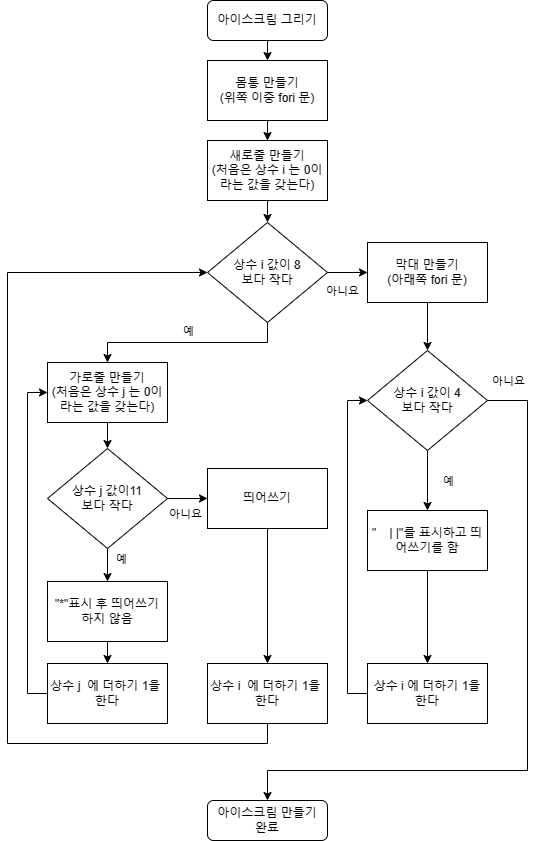
Above: Icecream.png in minsik321/basic-starter1 (draw.io), before the change. Source tidied: cells renumbered, new cells last; positions are measured from the earlier drawing's top-left corner, leaving out a move shared by most shapes.
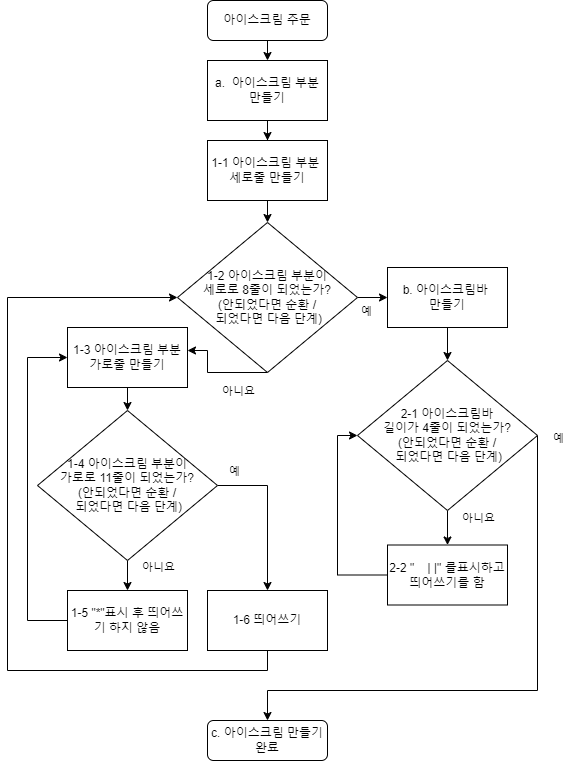
Later version of the same file.

What changed in the source:
```diff
@@ -5,7 +5,7 @@
     <mxCell id="2" style="edgeStyle=orthogonalEdgeStyle;rounded=0;jettySize=auto;html=1;exitX=0.5;exitY=1;exitDx=0;exitDy=0;entryX=0.5;entryY=0;entryDx=0;entryDy=0;" parent="1" edge="1" source="3" target="8">
       <mxGeometry relative="1" as="geometry" />
     </mxCell>
-    <mxCell id="3" value="아이스크림 그리기" style="rounded=1;whiteSpace=wrap;html=1;fontSize=12;glass=0;strokeWidth=1;shadow=0;" parent="1" vertex="1">
+    <mxCell id="3" value="아이스크림 주문" style="rounded=1;whiteSpace=wrap;html=1;fontSize=12;glass=0;strokeWidth=1;shadow=0;" parent="1" vertex="1">
       <mxGeometry x="200" width="120" height="40" as="geometry" />
     </mxCell>
     <mxCell id="4" style="edgeStyle=orthogonalEdgeStyle;rounded=0;jettySize=auto;html=1;exitX=0.5;exitY=1;exitDx=0;exitDy=0;entryX=0.5;entryY=0;entryDx=0;entryDy=0;" parent="1" edge="1" source="6" target="13">
@@ -16,134 +16,125 @@
         <mxPoint x="260" y="140" as="targetPoint" />
       </mxGeometry>
     </mxCell>
-    <mxCell id="6" value="새로줄 만들기&lt;br style=&quot;border-color: var(--border-color);&quot;&gt;(처음은 상수 i 는 0이라는 값을 갖는다)" style="rounded=0;whiteSpace=wrap;html=1;" parent="1" vertex="1">
+    <mxCell id="6" value="1-1 아이스크림 부분&amp;nbsp;&lt;br&gt;세로줄 만들기" style="rounded=0;whiteSpace=wrap;html=1;" parent="1" vertex="1">
       <mxGeometry x="200" y="140" width="120" height="60" as="geometry" />
     </mxCell>
     <mxCell id="7" style="edgeStyle=orthogonalEdgeStyle;rounded=0;jettySize=auto;html=1;exitX=0.5;exitY=1;exitDx=0;exitDy=0;" parent="1" edge="1" source="8" target="6">
       <mxGeometry relative="1" as="geometry" />
     </mxCell>
-    <mxCell id="8" value="몸통 만들기&lt;br&gt;(위쪽 이중 fori 문)" style="rounded=0;whiteSpace=wrap;html=1;" parent="1" vertex="1">
+    <mxCell id="8" value="a.&amp;nbsp; 아이스크림 부분 만들기" style="rounded=0;whiteSpace=wrap;html=1;" parent="1" vertex="1">
       <mxGeometry x="200" y="60" width="120" height="60" as="geometry" />
     </mxCell>
     <mxCell id="9" style="edgeStyle=orthogonalEdgeStyle;rounded=0;jettySize=auto;html=1;exitX=0.5;exitY=1;exitDx=0;exitDy=0;" parent="1" edge="1" source="13" target="15">
-      <mxGeometry relative="1" as="geometry" />
+      <mxGeometry relative="1" as="geometry">
+        <Array as="points">
+          <mxPoint x="200" y="372" />
+          <mxPoint x="200" y="350" />
+        </Array>
+      </mxGeometry>
     </mxCell>
-    <mxCell id="10" value="예" style="edgeLabel;html=1;align=center;verticalAlign=middle;fontSize=11;" parent="9" vertex="1">
-      <mxGeometry x="-0.16" y="2" relative="1" as="geometry">
-        <mxPoint x="-16" y="-14" as="offset" />
-      </mxGeometry>
-    </mxCell>
+    <mxCell id="41" value="아니요" style="edgeLabel;html=1;align=center;verticalAlign=middle;" parent="9" vertex="1">
+      <mxGeometry x="-0.41" y="2" relative="1" as="geometry">
+        <mxPoint y="16" as="offset" />
+      </mxGeometry>
+    </mxCell>
     <mxCell id="11" style="edgeStyle=orthogonalEdgeStyle;rounded=0;jettySize=auto;html=1;exitX=1;exitY=0.5;exitDx=0;exitDy=0;" parent="1" edge="1" source="13" target="30">
       <mxGeometry relative="1" as="geometry" />
     </mxCell>
-    <mxCell id="12" value="아니요" style="edgeLabel;html=1;align=center;verticalAlign=middle;" parent="11" vertex="1">
-      <mxGeometry x="-0.15" y="-5" relative="1" as="geometry">
-        <mxPoint x="-3" y="13" as="offset" />
-      </mxGeometry>
-    </mxCell>
+    <mxCell id="42" value="예" style="edgeLabel;html=1;align=center;verticalAlign=middle;" parent="11" vertex="1">
+      <mxGeometry x="-0.68" y="-4" relative="1" as="geometry">
+        <mxPoint y="9" as="offset" />
+      </mxGeometry>
+    </mxCell>
-    <mxCell id="13" value="상수 i 값이 8&lt;br&gt;보다 작다" style="rhombus;whiteSpace=wrap;html=1;" parent="1" vertex="1">
-      <mxGeometry x="200" y="222" width="120" height="100" as="geometry" />
+    <mxCell id="13" value="&lt;font style=&quot;font-size: 12px;&quot;&gt;1-2 아이스크림 부분이 &lt;br&gt;세로로 8줄이 되었는가? &lt;br&gt;(안되었다면 순환 /&lt;br&gt;&amp;nbsp;되었다면 다음 단계)&lt;/font&gt;" style="rhombus;whiteSpace=wrap;html=1;" parent="1" vertex="1">
+      <mxGeometry x="170" y="222" width="180" height="150" as="geometry" />
     </mxCell>
-    <mxCell id="14" style="edgeStyle=orthogonalEdgeStyle;rounded=0;jettySize=auto;html=1;exitX=0.5;exitY=1;exitDx=0;exitDy=0;entryX=0.5;entryY=0;entryDx=0;entryDy=0;" parent="1" edge="1" source="15" target="20">
+    <mxCell id="14" style="edgeStyle=orthogonalEdgeStyle;rounded=0;jettySize=auto;html=1;exitX=0.5;exitY=1;exitDx=0;exitDy=0;entryX=0.5;entryY=0;entryDx=0;entryDy=0;" parent="1" edge="1" source="15" target="47">
       <mxGeometry relative="1" as="geometry" />
     </mxCell>
-    <mxCell id="15" value="가로줄 만들기&lt;br&gt;(처음은 상수 j 는 0이라는 값을 갖는다)" style="rounded=0;whiteSpace=wrap;html=1;" parent="1" vertex="1">
-      <mxGeometry x="40" y="362" width="120" height="60" as="geometry" />
+    <mxCell id="15" value="1-3 아이스크림 부분&lt;br&gt;가로줄 만들기" style="rounded=0;whiteSpace=wrap;html=1;" parent="1" vertex="1">
+      <mxGeometry x="60" y="327" width="120" height="60" as="geometry" />
     </mxCell>
-    <mxCell id="16" style="edgeStyle=orthogonalEdgeStyle;rounded=0;jettySize=auto;html=1;exitX=0.5;exitY=1;exitDx=0;exitDy=0;entryX=0.5;entryY=0;entryDx=0;entryDy=0;" parent="1" edge="1" source="20" target="24">
+    <mxCell id="16" style="edgeStyle=orthogonalEdgeStyle;rounded=0;jettySize=auto;html=1;exitX=0.5;exitY=1;exitDx=0;exitDy=0;entryX=0.5;entryY=0;entryDx=0;entryDy=0;" parent="1" edge="1" source="47" target="24">
       <mxGeometry relative="1" as="geometry" />
     </mxCell>
-    <mxCell id="17" value="예" style="edgeLabel;html=1;align=center;verticalAlign=middle;" parent="16" vertex="1">
-      <mxGeometry x="-0.21" relative="1" as="geometry">
-        <mxPoint x="13" y="-3" as="offset" />
-      </mxGeometry>
-    </mxCell>
-    <mxCell id="18" style="edgeStyle=orthogonalEdgeStyle;rounded=0;jettySize=auto;html=1;exitX=1;exitY=0.5;exitDx=0;exitDy=0;entryX=0;entryY=0.5;entryDx=0;entryDy=0;" parent="1" edge="1" source="20" target="22">
-      <mxGeometry relative="1" as="geometry" />
-    </mxCell>
-    <mxCell id="19" value="아니요" style="edgeLabel;html=1;align=center;verticalAlign=middle;" parent="18" vertex="1">
-      <mxGeometry x="-0.3" y="1" relative="1" as="geometry">
-        <mxPoint x="3" y="16" as="offset" />
-      </mxGeometry>
-    </mxCell>
-    <mxCell id="20" value="상수 j 값이11&lt;br&gt;보다 작다" style="rhombus;whiteSpace=wrap;html=1;" parent="1" vertex="1">
-      <mxGeometry x="40" y="448" width="120" height="100" as="geometry" />
-    </mxCell>
-    <mxCell id="21" style="edgeStyle=orthogonalEdgeStyle;rounded=0;jettySize=auto;html=1;exitX=0.5;exitY=1;exitDx=0;exitDy=0;entryX=0.5;entryY=0;entryDx=0;entryDy=0;" parent="1" edge="1" source="22" target="28">
-      <mxGeometry relative="1" as="geometry" />
-    </mxCell>
+    <mxCell id="43" value="아니요" style="edgeLabel;html=1;align=center;verticalAlign=middle;" parent="16" vertex="1">
+      <mxGeometry x="-0.6" y="-4" relative="1" as="geometry">
+        <mxPoint x="34" as="offset" />
+      </mxGeometry>
+    </mxCell>
-    <mxCell id="22" value="띄어쓰기" style="rounded=0;whiteSpace=wrap;html=1;" parent="1" vertex="1">
-      <mxGeometry x="200" y="468" width="120" height="60" as="geometry" />
+    <mxCell id="22" value="1-6 띄어쓰기" style="rounded=0;whiteSpace=wrap;html=1;" parent="1" vertex="1">
+      <mxGeometry x="200" y="590" width="120" height="60" as="geometry" />
     </mxCell>
-    <mxCell id="23" style="edgeStyle=orthogonalEdgeStyle;rounded=0;jettySize=auto;html=1;exitX=0.5;exitY=1;exitDx=0;exitDy=0;entryX=0.5;entryY=0;entryDx=0;entryDy=0;" parent="1" edge="1" source="24" target="26">
-      <mxGeometry relative="1" as="geometry" />
-    </mxCell>
-    <mxCell id="24" value="&quot;*&quot;표시 후 띄어쓰기 하지 않음" style="rounded=0;whiteSpace=wrap;html=1;" parent="1" vertex="1">
-      <mxGeometry x="40" y="581" width="120" height="60" as="geometry" />
-    </mxCell>
-    <mxCell id="25" style="edgeStyle=orthogonalEdgeStyle;rounded=0;jettySize=auto;html=1;exitX=0;exitY=0.5;exitDx=0;exitDy=0;entryX=0;entryY=0.5;entryDx=0;entryDy=0;" parent="1" edge="1" source="26" target="15">
-      <mxGeometry relative="1" as="geometry" />
+    <mxCell id="25" style="edgeStyle=orthogonalEdgeStyle;rounded=0;jettySize=auto;html=1;exitX=0;exitY=0.5;exitDx=0;exitDy=0;entryX=0;entryY=0.5;entryDx=0;entryDy=0;" parent="1" edge="1" source="24" target="15">
+      <mxGeometry relative="1" as="geometry">
+        <Array as="points">
+          <mxPoint x="20" y="620" />
+          <mxPoint x="20" y="357" />
+        </Array>
+      </mxGeometry>
     </mxCell>
-    <mxCell id="26" value="상수 j&amp;nbsp; 에 더하기 1을&amp;nbsp;&lt;br&gt;한다" style="rounded=0;whiteSpace=wrap;html=1;" parent="1" vertex="1">
-      <mxGeometry x="40" y="663" width="120" height="60" as="geometry" />
-    </mxCell>
-    <mxCell id="27" style="edgeStyle=orthogonalEdgeStyle;rounded=0;jettySize=auto;html=1;exitX=0.5;exitY=1;exitDx=0;exitDy=0;entryX=0;entryY=0.5;entryDx=0;entryDy=0;" parent="1" edge="1" source="28" target="13">
+    <mxCell id="27" style="edgeStyle=orthogonalEdgeStyle;rounded=0;jettySize=auto;html=1;exitX=0.5;exitY=1;exitDx=0;exitDy=0;entryX=0;entryY=0.5;entryDx=0;entryDy=0;" parent="1" edge="1" source="22" target="13">
       <mxGeometry relative="1" as="geometry">
         <Array as="points">
-          <mxPoint x="260" y="743" />
-          <mxPoint y="743" />
-          <mxPoint y="272" />
+          <mxPoint x="260" y="670" />
+          <mxPoint y="670" />
+          <mxPoint y="297" />
         </Array>
       </mxGeometry>
     </mxCell>
-    <mxCell id="28" value="상수 i&amp;nbsp; 에 더하기 1을&amp;nbsp;&lt;br&gt;한다" style="rounded=0;whiteSpace=wrap;html=1;" parent="1" vertex="1">
-      <mxGeometry x="200" y="663" width="120" height="60" as="geometry" />
-    </mxCell>
-    <mxCell id="29" style="edgeStyle=orthogonalEdgeStyle;rounded=0;jettySize=auto;html=1;exitX=0.5;exitY=1;exitDx=0;exitDy=0;" parent="1" edge="1" source="30" target="35">
+    <mxCell id="29" style="edgeStyle=orthogonalEdgeStyle;rounded=0;jettySize=auto;html=1;exitX=0.5;exitY=1;exitDx=0;exitDy=0;entryX=0.5;entryY=0;entryDx=0;entryDy=0;" parent="1" edge="1" source="30" target="50">
       <mxGeometry relative="1" as="geometry" />
     </mxCell>
-    <mxCell id="30" value="막대 만들기&lt;br&gt;(아래쪽 fori 문)" style="rounded=0;whiteSpace=wrap;html=1;" parent="1" vertex="1">
-      <mxGeometry x="360" y="242" width="120" height="60" as="geometry" />
+    <mxCell id="30" value="b. 아이스크림바&amp;nbsp;&lt;br&gt;만들기" style="rounded=0;whiteSpace=wrap;html=1;" parent="1" vertex="1">
+      <mxGeometry x="380" y="267" width="120" height="60" as="geometry" />
     </mxCell>
-    <mxCell id="31" style="edgeStyle=orthogonalEdgeStyle;rounded=0;jettySize=auto;html=1;exitX=0.5;exitY=1;exitDx=0;exitDy=0;" parent="1" edge="1" source="35" target="38">
+    <mxCell id="31" style="edgeStyle=orthogonalEdgeStyle;rounded=0;jettySize=auto;html=1;exitX=0.5;exitY=1;exitDx=0;exitDy=0;" parent="1" edge="1" source="50" target="38">
       <mxGeometry relative="1" as="geometry" />
     </mxCell>
-    <mxCell id="32" value="예" style="edgeLabel;html=1;align=center;verticalAlign=middle;" parent="31" vertex="1">
-      <mxGeometry x="-0.43" y="-2" relative="1" as="geometry">
-        <mxPoint x="22" y="13" as="offset" />
-      </mxGeometry>
-    </mxCell>
-    <mxCell id="33" style="edgeStyle=orthogonalEdgeStyle;rounded=0;jettySize=auto;html=1;exitX=1;exitY=0.5;exitDx=0;exitDy=0;entryX=0.5;entryY=0;entryDx=0;entryDy=0;" parent="1" edge="1" source="35" target="40">
-      <mxGeometry relative="1" as="geometry">
-        <Array as="points">
-          <mxPoint x="520" y="400" />
-          <mxPoint x="520" y="770" />
-          <mxPoint x="260" y="770" />
-        </Array>
-      </mxGeometry>
-    </mxCell>
-    <mxCell id="34" value="아니요" style="edgeLabel;html=1;align=center;verticalAlign=middle;" parent="33" vertex="1">
-      <mxGeometry x="-0.93" relative="1" as="geometry">
-        <mxPoint x="-6" y="-20" as="offset" />
-      </mxGeometry>
-    </mxCell>
-    <mxCell id="35" value="상수 i 값이 4&lt;br&gt;보다 작다" style="rhombus;whiteSpace=wrap;html=1;" parent="1" vertex="1">
-      <mxGeometry x="360" y="350" width="120" height="100" as="geometry" />
-    </mxCell>
-    <mxCell id="36" value="상수 i 에 더하기 1을&lt;br&gt;한다" style="rounded=0;whiteSpace=wrap;html=1;" parent="1" vertex="1">
-      <mxGeometry x="360" y="663" width="120" height="60" as="geometry" />
-    </mxCell>
-    <mxCell id="37" style="edgeStyle=orthogonalEdgeStyle;rounded=0;jettySize=auto;html=1;exitX=0.5;exitY=1;exitDx=0;exitDy=0;" parent="1" edge="1" source="38" target="36">
-      <mxGeometry relative="1" as="geometry" />
-    </mxCell>
+    <mxCell id="44" value="아니요" style="edgeLabel;html=1;align=center;verticalAlign=middle;" parent="31" vertex="1">
+      <mxGeometry x="-0.69" y="-3" relative="1" as="geometry">
+        <mxPoint x="33" as="offset" />
+      </mxGeometry>
+    </mxCell>
-    <mxCell id="38" value="&quot;&amp;nbsp; &amp;nbsp; | |&quot;를 표시하고 띄어쓰기를 함" style="rounded=0;whiteSpace=wrap;html=1;" parent="1" vertex="1">
-      <mxGeometry x="360" y="510" width="120" height="60" as="geometry" />
+    <mxCell id="38" value="2-2 &quot;&amp;nbsp; &amp;nbsp; | |&quot; 를표시하고 띄어쓰기를 함" style="rounded=0;whiteSpace=wrap;html=1;" parent="1" vertex="1">
+      <mxGeometry x="380" y="544.5" width="120" height="60" as="geometry" />
     </mxCell>
-    <mxCell id="39" style="edgeStyle=orthogonalEdgeStyle;rounded=0;jettySize=auto;html=1;exitX=0;exitY=0.5;exitDx=0;exitDy=0;entryX=0;entryY=0.5;entryDx=0;entryDy=0;" parent="1" edge="1" source="36" target="35">
+    <mxCell id="39" style="edgeStyle=orthogonalEdgeStyle;rounded=0;jettySize=auto;html=1;exitX=0;exitY=0.5;exitDx=0;exitDy=0;entryX=0;entryY=0.5;entryDx=0;entryDy=0;" parent="1" edge="1" source="38" target="50">
       <mxGeometry relative="1" as="geometry" />
     </mxCell>
-    <mxCell id="40" value="아이스크림 만들기&lt;br&gt;완료" style="rounded=1;whiteSpace=wrap;html=1;fontSize=12;glass=0;strokeWidth=1;shadow=0;" parent="1" vertex="1">
-      <mxGeometry x="200" y="800" width="120" height="40" as="geometry" />
+    <mxCell id="40" value="c. 아이스크림 만들기&lt;br&gt;완료" style="rounded=1;whiteSpace=wrap;html=1;fontSize=12;glass=0;strokeWidth=1;shadow=0;" parent="1" vertex="1">
+      <mxGeometry x="200" y="720" width="120" height="40" as="geometry" />
     </mxCell>
+    <mxCell id="45" style="edgeStyle=orthogonalEdgeStyle;rounded=0;jettySize=auto;html=1;exitX=1;exitY=0.5;exitDx=0;exitDy=0;entryX=0.5;entryY=0;entryDx=0;entryDy=0;" parent="1" edge="1" source="47" target="22">
+      <mxGeometry relative="1" as="geometry" />
+    </mxCell>
+    <mxCell id="46" value="예" style="edgeLabel;html=1;align=center;verticalAlign=middle;" parent="45" vertex="1">
+      <mxGeometry x="-0.83" relative="1" as="geometry">
+        <mxPoint x="3" y="-15" as="offset" />
+      </mxGeometry>
+    </mxCell>
+    <mxCell id="47" value="&lt;font style=&quot;font-size: 12px;&quot;&gt;1-4 아이스크림 부분이 &lt;br&gt;가로로 11줄이 되었는가? &lt;br&gt;(안되었다면 순환 /&lt;br&gt;&amp;nbsp;되었다면 다음 단계)&lt;/font&gt;" style="rhombus;whiteSpace=wrap;html=1;" parent="1" vertex="1">
+      <mxGeometry x="30" y="410" width="180" height="150" as="geometry" />
+    </mxCell>
+    <mxCell id="48" style="edgeStyle=orthogonalEdgeStyle;rounded=0;jettySize=auto;html=1;exitX=1;exitY=0.5;exitDx=0;exitDy=0;entryX=0.5;entryY=0;entryDx=0;entryDy=0;" parent="1" edge="1" source="50" target="40">
+      <mxGeometry relative="1" as="geometry">
+        <Array as="points">
+          <mxPoint x="530" y="690" />
+          <mxPoint x="260" y="690" />
+        </Array>
+      </mxGeometry>
+    </mxCell>
+    <mxCell id="49" value="예" style="edgeLabel;html=1;align=center;verticalAlign=middle;" parent="48" vertex="1">
+      <mxGeometry x="-0.93" relative="1" as="geometry">
+        <mxPoint x="20" y="-18" as="offset" />
+      </mxGeometry>
+    </mxCell>
+    <mxCell id="50" value="&lt;font style=&quot;font-size: 12px;&quot;&gt;2-1 아이스크림바&lt;br&gt;길이가 4줄이 되었는가? &lt;br&gt;(안되었다면 순환 /&lt;br&gt;&amp;nbsp;되었다면 다음 단계)&lt;/font&gt;" style="rhombus;whiteSpace=wrap;html=1;" parent="1" vertex="1">
+      <mxGeometry x="350" y="360" width="180" height="150" as="geometry" />
+    </mxCell>
+    <mxCell id="24" value="1-5 &quot;*&quot;표시 후 띄어쓰기 하지 않음" style="rounded=0;whiteSpace=wrap;html=1;" parent="1" vertex="1">
+      <mxGeometry x="60" y="590" width="120" height="60" as="geometry" />
+    </mxCell>
   </root>
 </mxGraphModel>
```
